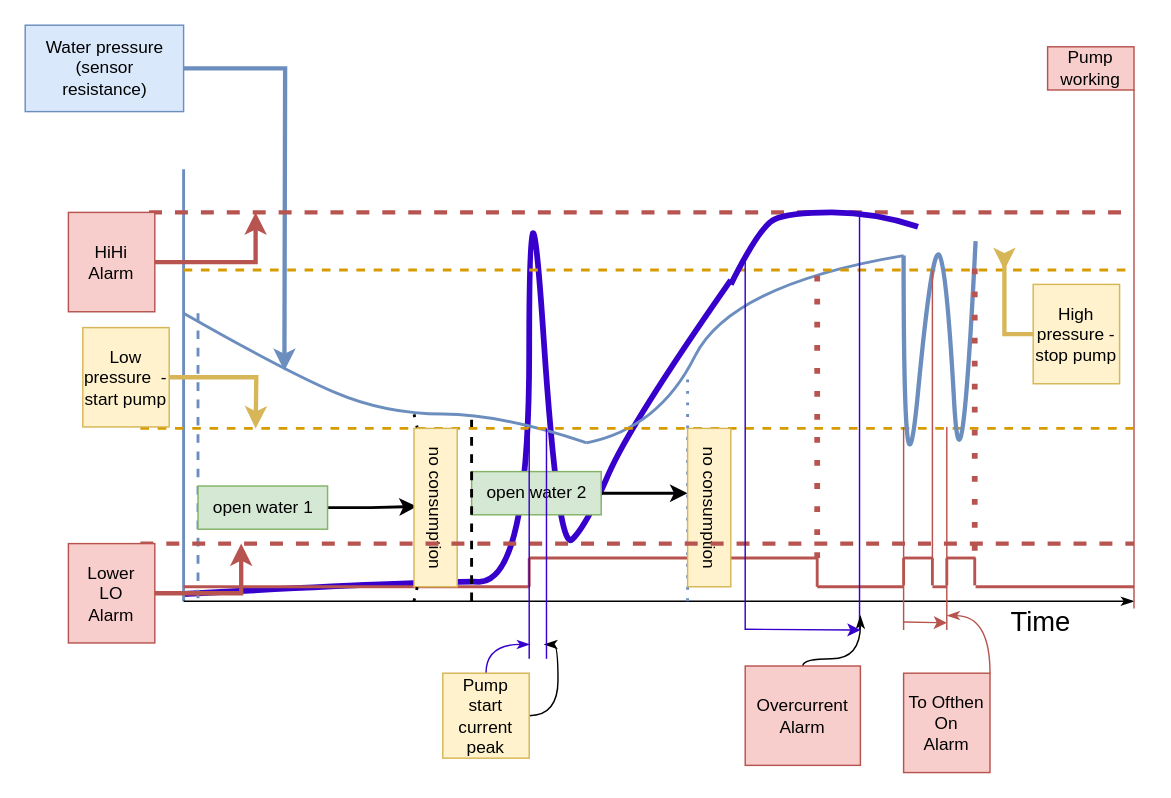
megavad/Diagrams keeps this draw.io diagram as page "Cases diagram" (1 of 3) of PumpDriver.drawio. Above is the earlier version. Source tidied: cells renumbered, new cells numbered last; positions are measured from the earlier drawing's top-left corner, leaving out a move shared by most shapes. Both pictures are drawn from the tidied source at 144%, with x=0, y=0 at pixel (24, 24).
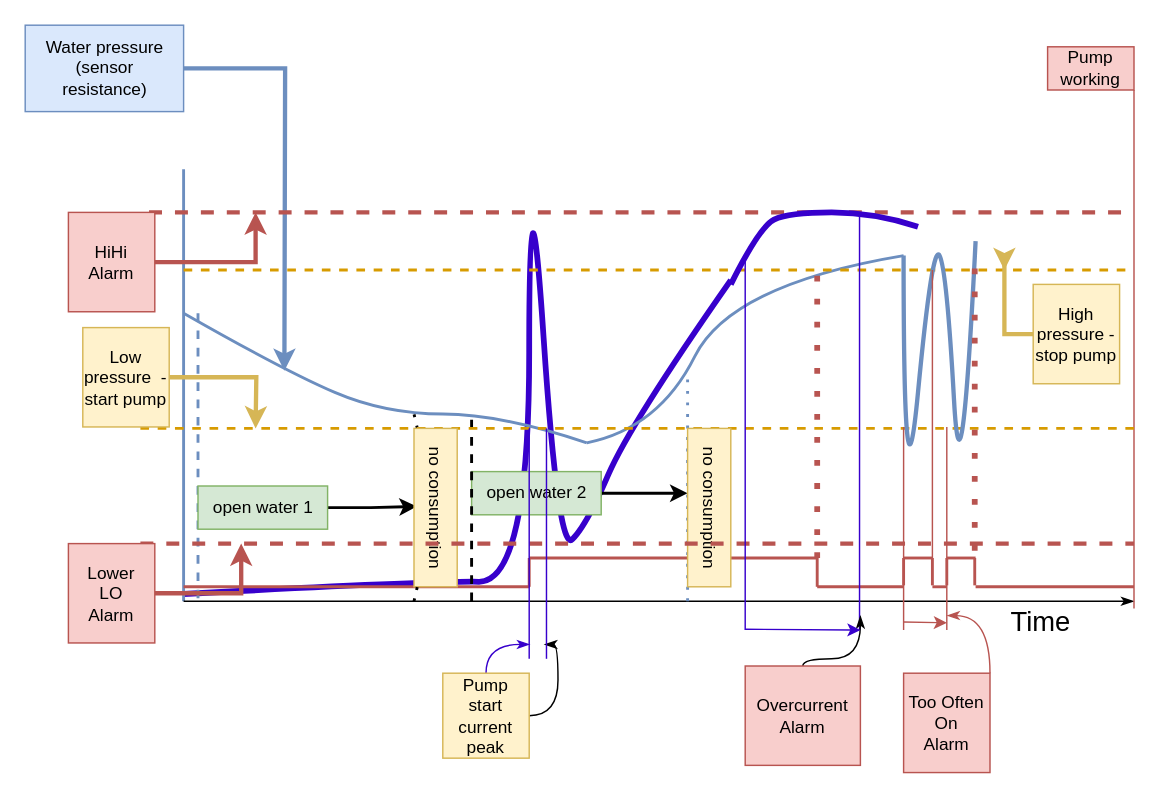
After the change.

Change to the diagram source:
```diff
@@
-    <mxCell id="56" value="To Ofthen On&lt;br&gt;Alarm" style="text;html=1;strokeColor=#b85450;fillColor=#f8cecc;align=center;verticalAlign=middle;whiteSpace=wrap;rounded=0;" parent="1" vertex="1">
+    <mxCell id="56" value="Too Often On&lt;br&gt;Alarm" style="text;html=1;strokeColor=#b85450;fillColor=#f8cecc;align=center;verticalAlign=middle;whiteSpace=wrap;rounded=0;" parent="1" vertex="1">
       <mxGeometry x="610" y="450" width="60" height="69" as="geometry" />
     </mxCell>
```
